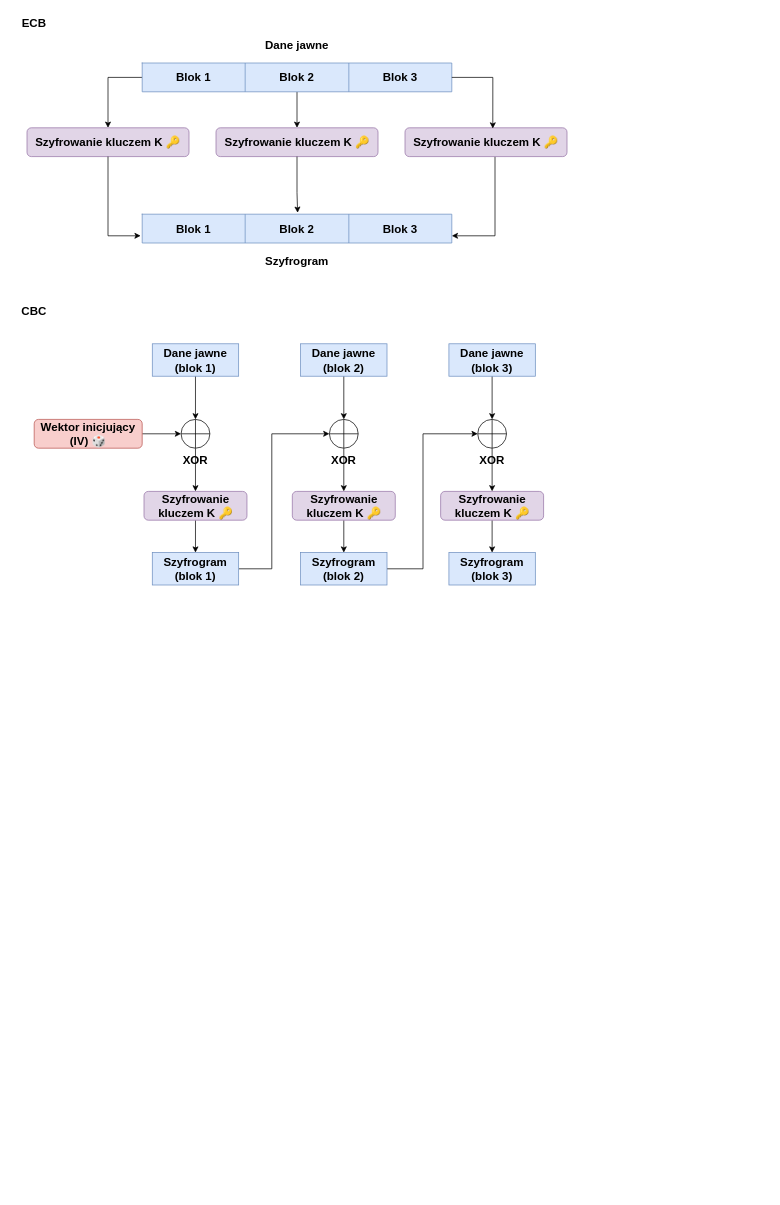
Before: media/1-4-block-ciphers.drawio in mieczyk/comptia-security-plus-po-polsku, a draw.io diagram. Source tidied: cells renumbered, new cells numbered last; positions are measured from the earlier drawing's top-left corner, leaving out a move shared by most shapes. Both pictures are drawn from the tidied source at 72%, with x=0, y=0 at pixel (12, 12).
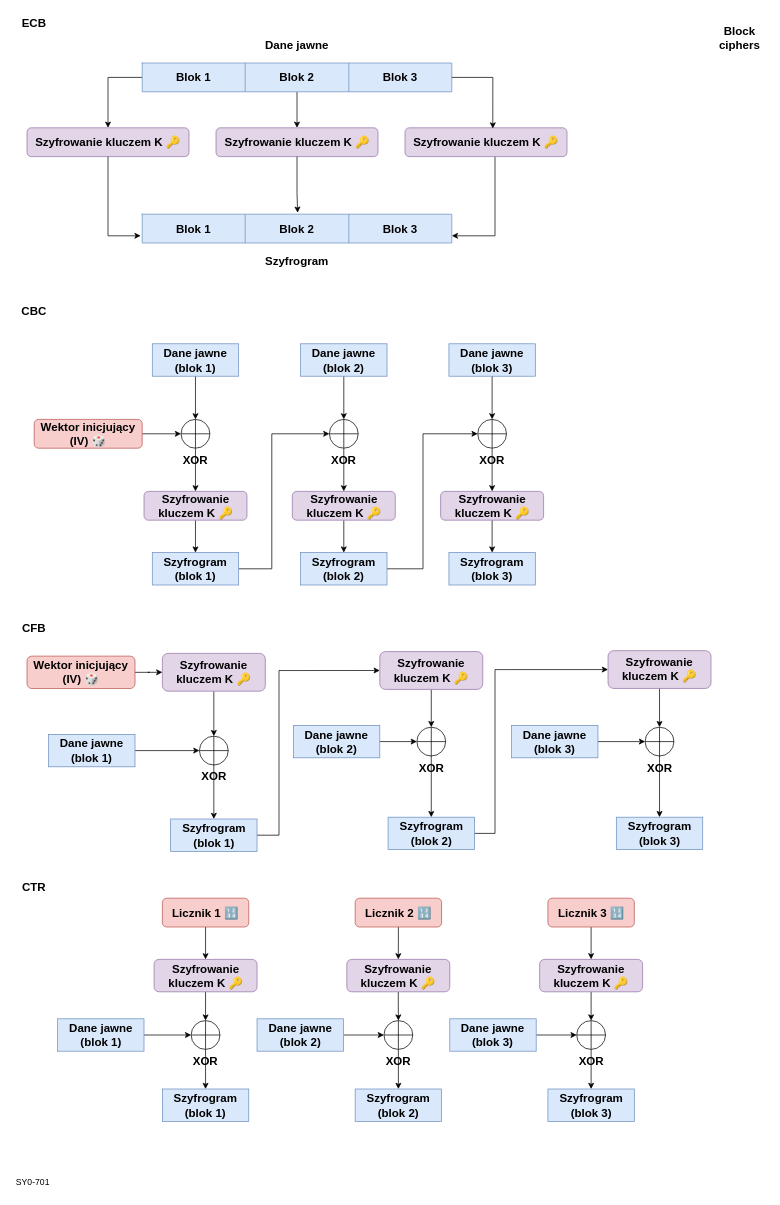
The same diagram, later.

Commit message (it also covers changes not shown here):
Encryption - Algorithms (symmetric/block)

What changed in the source:
```diff
@@
-<mxGraphModel>
+<mxGraphModel background="light-dark(#ffffff, #121212)">
@@
+    <mxCell id="50" value="&lt;b&gt;&lt;font style=&quot;font-size: 16px;&quot;&gt;CFB&lt;/font&gt;&lt;/b&gt;" style="text;html=1;whiteSpace=wrap;strokeColor=none;fillColor=none;align=center;verticalAlign=middle;rounded=0;fontStyle=1;" parent="1" vertex="1">
+      <mxGeometry y="840" width="60" height="30" as="geometry" />
+    </mxCell>
+    <mxCell id="51" style="edgeStyle=orthogonalEdgeStyle;rounded=0;jettySize=auto;html=1;entryX=0.5;entryY=0;entryDx=0;entryDy=0;" parent="1" edge="1" source="52" target="64">
+      <mxGeometry relative="1" as="geometry" />
+    </mxCell>
+    <mxCell id="52" value="XOR" style="shape=orEllipse;perimeter=ellipsePerimeter;whiteSpace=wrap;html=1;backgroundOutline=1;labelPosition=center;verticalLabelPosition=bottom;align=center;verticalAlign=top;fontStyle=1;fontSize=16;" parent="1" vertex="1">
+      <mxGeometry x="259.5" y="1005" width="40" height="40" as="geometry" />
+    </mxCell>
+    <mxCell id="53" style="edgeStyle=orthogonalEdgeStyle;rounded=0;jettySize=auto;html=1;entryX=0;entryY=0.5;entryDx=0;entryDy=0;" parent="1" edge="1" source="54" target="62">
+      <mxGeometry relative="1" as="geometry" />
+    </mxCell>
+    <mxCell id="54" value="Wektor inicjujący (IV) 🎲" style="rounded=1;whiteSpace=wrap;html=1;fillColor=#f8cecc;strokeColor=#b85450;fontSize=16;fontStyle=1;" parent="1" vertex="1">
+      <mxGeometry x="20" y="893.8" width="150" height="45" as="geometry" />
+    </mxCell>
+    <mxCell id="55" style="edgeStyle=orthogonalEdgeStyle;rounded=0;jettySize=auto;html=1;entryX=0;entryY=0.5;entryDx=0;entryDy=0;" parent="1" edge="1" source="56" target="52">
+      <mxGeometry relative="1" as="geometry" />
+    </mxCell>
+    <mxCell id="56" value="Dane jawne (blok 1)" style="rounded=0;whiteSpace=wrap;html=1;fillColor=#dae8fc;strokeColor=#6c8ebf;fontStyle=1;fontSize=16;" parent="1" vertex="1">
+      <mxGeometry x="50" y="1002.5" width="120" height="45" as="geometry" />
+    </mxCell>
+    <mxCell id="57" style="edgeStyle=orthogonalEdgeStyle;rounded=0;jettySize=auto;html=1;entryX=0;entryY=0.5;entryDx=0;entryDy=0;" parent="1" edge="1" source="58" target="66">
+      <mxGeometry relative="1" as="geometry" />
+    </mxCell>
+    <mxCell id="58" value="Dane jawne (blok 2)" style="rounded=0;whiteSpace=wrap;html=1;fillColor=#dae8fc;strokeColor=#6c8ebf;fontStyle=1;fontSize=16;" parent="1" vertex="1">
+      <mxGeometry x="390" y="990" width="120" height="45" as="geometry" />
+    </mxCell>
+    <mxCell id="59" style="edgeStyle=orthogonalEdgeStyle;rounded=0;jettySize=auto;html=1;entryX=0;entryY=0.5;entryDx=0;entryDy=0;" parent="1" edge="1" source="60" target="72">
+      <mxGeometry relative="1" as="geometry" />
+    </mxCell>
+    <mxCell id="60" value="Dane jawne (blok 3)" style="rounded=0;whiteSpace=wrap;html=1;fillColor=#dae8fc;strokeColor=#6c8ebf;fontStyle=1;fontSize=16;" parent="1" vertex="1">
+      <mxGeometry x="693" y="990" width="120" height="45" as="geometry" />
+    </mxCell>
+    <mxCell id="61" style="edgeStyle=orthogonalEdgeStyle;rounded=0;jettySize=auto;html=1;entryX=0.5;entryY=0;entryDx=0;entryDy=0;" parent="1" edge="1" source="62" target="52">
+      <mxGeometry relative="1" as="geometry" />
+    </mxCell>
+    <mxCell id="62" value="&lt;b&gt;&lt;font style=&quot;font-size: 16px;&quot;&gt;Szyfrowanie kluczem K 🔑&lt;/font&gt;&lt;/b&gt;" style="rounded=1;whiteSpace=wrap;html=1;fillColor=#e1d5e7;strokeColor=#9673a6;" parent="1" vertex="1">
+      <mxGeometry x="208" y="890" width="143" height="52.5" as="geometry" />
+    </mxCell>
+    <mxCell id="63" style="edgeStyle=orthogonalEdgeStyle;rounded=0;jettySize=auto;html=1;entryX=0;entryY=0.5;entryDx=0;entryDy=0;" parent="1" edge="1" source="64" target="68">
+      <mxGeometry relative="1" as="geometry">
+        <Array as="points">
+          <mxPoint x="370" y="1142.5" />
+          <mxPoint x="370" y="913.8" />
+        </Array>
+      </mxGeometry>
+    </mxCell>
+    <mxCell id="64" value="Szyfrogram (blok 1)" style="rounded=0;whiteSpace=wrap;html=1;fillColor=#dae8fc;strokeColor=#6c8ebf;fontStyle=1;fontSize=16;" parent="1" vertex="1">
+      <mxGeometry x="219.5" y="1120" width="120" height="45" as="geometry" />
+    </mxCell>
+    <mxCell id="65" style="edgeStyle=orthogonalEdgeStyle;rounded=0;jettySize=auto;html=1;entryX=0.5;entryY=0;entryDx=0;entryDy=0;" parent="1" edge="1" source="66" target="70">
+      <mxGeometry relative="1" as="geometry" />
+    </mxCell>
+    <mxCell id="66" value="XOR" style="shape=orEllipse;perimeter=ellipsePerimeter;whiteSpace=wrap;html=1;backgroundOutline=1;labelPosition=center;verticalLabelPosition=bottom;align=center;verticalAlign=top;fontStyle=1;fontSize=16;" parent="1" vertex="1">
+      <mxGeometry x="561.5" y="992.5" width="40" height="40" as="geometry" />
+    </mxCell>
+    <mxCell id="67" style="edgeStyle=orthogonalEdgeStyle;rounded=0;jettySize=auto;html=1;entryX=0.5;entryY=0;entryDx=0;entryDy=0;" parent="1" edge="1" source="68" target="66">
+      <mxGeometry relative="1" as="geometry" />
+    </mxCell>
+    <mxCell id="68" value="&lt;b&gt;&lt;font style=&quot;font-size: 16px;&quot;&gt;Szyfrowanie kluczem K 🔑&lt;/font&gt;&lt;/b&gt;" style="rounded=1;whiteSpace=wrap;html=1;fillColor=#e1d5e7;strokeColor=#9673a6;" parent="1" vertex="1">
+      <mxGeometry x="510" y="887.5" width="143" height="52.5" as="geometry" />
+    </mxCell>
+    <mxCell id="69" style="edgeStyle=orthogonalEdgeStyle;rounded=0;jettySize=auto;html=1;entryX=0;entryY=0.5;entryDx=0;entryDy=0;" parent="1" edge="1" source="70" target="76">
+      <mxGeometry relative="1" as="geometry">
+        <Array as="points">
+          <mxPoint x="670" y="1140" />
+          <mxPoint x="670" y="912.5" />
+        </Array>
+      </mxGeometry>
+    </mxCell>
+    <mxCell id="70" value="Szyfrogram (blok 2)" style="rounded=0;whiteSpace=wrap;html=1;fillColor=#dae8fc;strokeColor=#6c8ebf;fontStyle=1;fontSize=16;" parent="1" vertex="1">
+      <mxGeometry x="521.5" y="1117.5" width="120" height="45" as="geometry" />
+    </mxCell>
+    <mxCell id="71" style="edgeStyle=orthogonalEdgeStyle;rounded=0;jettySize=auto;html=1;" parent="1" edge="1" source="72" target="73">
+      <mxGeometry relative="1" as="geometry" />
+    </mxCell>
+    <mxCell id="72" value="XOR" style="shape=orEllipse;perimeter=ellipsePerimeter;whiteSpace=wrap;html=1;backgroundOutline=1;labelPosition=center;verticalLabelPosition=bottom;align=center;verticalAlign=top;fontStyle=1;fontSize=16;" parent="1" vertex="1">
+      <mxGeometry x="878.5" y="992.5" width="40" height="40" as="geometry" />
+    </mxCell>
+    <mxCell id="73" value="Szyfrogram (blok 3)" style="rounded=0;whiteSpace=wrap;html=1;fillColor=#dae8fc;strokeColor=#6c8ebf;fontStyle=1;fontSize=16;" parent="1" vertex="1">
+      <mxGeometry x="838.5" y="1117.5" width="120" height="45" as="geometry" />
+    </mxCell>
+    <mxCell id="74" value="CTR" style="text;html=1;whiteSpace=wrap;strokeColor=none;fillColor=none;align=center;verticalAlign=middle;rounded=0;fontStyle=1;fontSize=16;" parent="1" vertex="1">
+      <mxGeometry y="1200" width="60" height="30" as="geometry" />
+    </mxCell>
+    <mxCell id="75" style="edgeStyle=orthogonalEdgeStyle;rounded=0;jettySize=auto;html=1;entryX=0.5;entryY=0;entryDx=0;entryDy=0;" parent="1" edge="1" source="76" target="72">
+      <mxGeometry relative="1" as="geometry" />
+    </mxCell>
+    <mxCell id="76" value="&lt;b&gt;&lt;font style=&quot;font-size: 16px;&quot;&gt;Szyfrowanie kluczem K 🔑&lt;/font&gt;&lt;/b&gt;" style="rounded=1;whiteSpace=wrap;html=1;fillColor=#e1d5e7;strokeColor=#9673a6;" parent="1" vertex="1">
+      <mxGeometry x="827" y="886.2" width="143" height="52.5" as="geometry" />
+    </mxCell>
+    <mxCell id="77" value="Block ciphers" style="text;html=1;whiteSpace=wrap;strokeColor=none;fillColor=none;align=center;verticalAlign=middle;rounded=0;fontStyle=1;fontSize=16;" parent="1" vertex="1">
+      <mxGeometry x="970" y="20" width="80" height="30" as="geometry" />
+    </mxCell>
+    <mxCell id="78" style="edgeStyle=orthogonalEdgeStyle;rounded=0;jettySize=auto;html=1;entryX=0.5;entryY=0;entryDx=0;entryDy=0;" parent="1" edge="1" source="79" target="83">
+      <mxGeometry relative="1" as="geometry" />
+    </mxCell>
+    <mxCell id="79" value="Licznik 1 🔢" style="rounded=1;whiteSpace=wrap;html=1;fillColor=#f8cecc;strokeColor=#b85450;fontSize=16;fontStyle=1;" parent="1" vertex="1">
+      <mxGeometry x="208" y="1230" width="120" height="40" as="geometry" />
+    </mxCell>
+    <mxCell id="80" style="edgeStyle=orthogonalEdgeStyle;rounded=0;jettySize=auto;html=1;entryX=0;entryY=0.5;entryDx=0;entryDy=0;" parent="1" edge="1" source="81" target="86">
+      <mxGeometry relative="1" as="geometry" />
+    </mxCell>
+    <mxCell id="81" value="Dane jawne (blok 1)" style="rounded=0;whiteSpace=wrap;html=1;fillColor=#dae8fc;strokeColor=#6c8ebf;fontStyle=1;fontSize=16;" parent="1" vertex="1">
+      <mxGeometry x="62.5" y="1397.5" width="120" height="45" as="geometry" />
+    </mxCell>
+    <mxCell id="82" style="edgeStyle=orthogonalEdgeStyle;rounded=0;jettySize=auto;html=1;entryX=0.5;entryY=0;entryDx=0;entryDy=0;" parent="1" edge="1" source="83" target="86">
+      <mxGeometry relative="1" as="geometry" />
+    </mxCell>
+    <mxCell id="83" value="&lt;b&gt;&lt;font style=&quot;font-size: 16px;&quot;&gt;Szyfrowanie kluczem K 🔑&lt;/font&gt;&lt;/b&gt;" style="rounded=1;whiteSpace=wrap;html=1;fillColor=#e1d5e7;strokeColor=#9673a6;" parent="1" vertex="1">
+      <mxGeometry x="196.5" y="1315" width="143" height="45" as="geometry" />
+    </mxCell>
+    <mxCell id="84" value="Szyfrogram (blok 1)" style="rounded=0;whiteSpace=wrap;html=1;fillColor=#dae8fc;strokeColor=#6c8ebf;fontStyle=1;fontSize=16;" parent="1" vertex="1">
+      <mxGeometry x="208" y="1495" width="120" height="45" as="geometry" />
+    </mxCell>
+    <mxCell id="85" style="edgeStyle=orthogonalEdgeStyle;rounded=0;jettySize=auto;html=1;entryX=0.5;entryY=0;entryDx=0;entryDy=0;" parent="1" edge="1" source="86" target="84">
+      <mxGeometry relative="1" as="geometry" />
+    </mxCell>
+    <mxCell id="86" value="XOR" style="shape=orEllipse;perimeter=ellipsePerimeter;whiteSpace=wrap;html=1;backgroundOutline=1;labelPosition=center;verticalLabelPosition=bottom;align=center;verticalAlign=top;fontStyle=1;fontSize=16;" parent="1" vertex="1">
+      <mxGeometry x="248" y="1400" width="40" height="40" as="geometry" />
+    </mxCell>
+    <mxCell id="87" value="SY0-701&amp;nbsp;" style="text;html=1;whiteSpace=wrap;strokeColor=none;fillColor=none;align=center;verticalAlign=middle;rounded=0;" parent="1" vertex="1">
+      <mxGeometry y="1610" width="60" height="30" as="geometry" />
+    </mxCell>
+    <mxCell id="88" style="edgeStyle=orthogonalEdgeStyle;rounded=0;jettySize=auto;html=1;entryX=0.5;entryY=0;entryDx=0;entryDy=0;" parent="1" edge="1" source="89" target="93">
+      <mxGeometry relative="1" as="geometry" />
+    </mxCell>
+    <mxCell id="89" value="Licznik 2 🔢" style="rounded=1;whiteSpace=wrap;html=1;fillColor=#f8cecc;strokeColor=#b85450;fontSize=16;fontStyle=1;" parent="1" vertex="1">
+      <mxGeometry x="475.8" y="1230" width="120" height="40" as="geometry" />
+    </mxCell>
+    <mxCell id="90" style="edgeStyle=orthogonalEdgeStyle;rounded=0;jettySize=auto;html=1;entryX=0;entryY=0.5;entryDx=0;entryDy=0;" parent="1" edge="1" source="91" target="96">
+      <mxGeometry relative="1" as="geometry" />
+    </mxCell>
+    <mxCell id="91" value="Dane jawne (blok 2)" style="rounded=0;whiteSpace=wrap;html=1;fillColor=#dae8fc;strokeColor=#6c8ebf;fontStyle=1;fontSize=16;" parent="1" vertex="1">
+      <mxGeometry x="339.5" y="1397.5" width="120" height="45" as="geometry" />
+    </mxCell>
+    <mxCell id="92" style="edgeStyle=orthogonalEdgeStyle;rounded=0;jettySize=auto;html=1;entryX=0.5;entryY=0;entryDx=0;entryDy=0;" parent="1" edge="1" source="93" target="96">
+      <mxGeometry relative="1" as="geometry" />
+    </mxCell>
+    <mxCell id="93" value="&lt;b&gt;&lt;font style=&quot;font-size: 16px;&quot;&gt;Szyfrowanie kluczem K 🔑&lt;/font&gt;&lt;/b&gt;" style="rounded=1;whiteSpace=wrap;html=1;fillColor=#e1d5e7;strokeColor=#9673a6;" parent="1" vertex="1">
+      <mxGeometry x="464.2" y="1315" width="143" height="45" as="geometry" />
+    </mxCell>
+    <mxCell id="94" value="Szyfrogram (blok 2)" style="rounded=0;whiteSpace=wrap;html=1;fillColor=#dae8fc;strokeColor=#6c8ebf;fontStyle=1;fontSize=16;" parent="1" vertex="1">
+      <mxGeometry x="475.8" y="1495" width="120" height="45" as="geometry" />
+    </mxCell>
+    <mxCell id="95" style="edgeStyle=orthogonalEdgeStyle;rounded=0;jettySize=auto;html=1;entryX=0.5;entryY=0;entryDx=0;entryDy=0;" parent="1" edge="1" source="96" target="94">
+      <mxGeometry relative="1" as="geometry" />
+    </mxCell>
+    <mxCell id="96" value="XOR" style="shape=orEllipse;perimeter=ellipsePerimeter;whiteSpace=wrap;html=1;backgroundOutline=1;labelPosition=center;verticalLabelPosition=bottom;align=center;verticalAlign=top;fontStyle=1;fontSize=16;" parent="1" vertex="1">
+      <mxGeometry x="515.8" y="1400" width="40" height="40" as="geometry" />
+    </mxCell>
+    <mxCell id="97" style="edgeStyle=orthogonalEdgeStyle;rounded=0;jettySize=auto;html=1;entryX=0.5;entryY=0;entryDx=0;entryDy=0;" parent="1" edge="1" source="98" target="102">
+      <mxGeometry relative="1" as="geometry" />
+    </mxCell>
+    <mxCell id="98" value="Licznik 3 🔢" style="rounded=1;whiteSpace=wrap;html=1;fillColor=#f8cecc;strokeColor=#b85450;fontSize=16;fontStyle=1;" parent="1" vertex="1">
+      <mxGeometry x="743.5" y="1230" width="120" height="40" as="geometry" />
+    </mxCell>
+    <mxCell id="99" style="edgeStyle=orthogonalEdgeStyle;rounded=0;jettySize=auto;html=1;entryX=0;entryY=0.5;entryDx=0;entryDy=0;" parent="1" edge="1" source="100" target="105">
+      <mxGeometry relative="1" as="geometry" />
+    </mxCell>
+    <mxCell id="100" value="Dane jawne (blok 3)" style="rounded=0;whiteSpace=wrap;html=1;fillColor=#dae8fc;strokeColor=#6c8ebf;fontStyle=1;fontSize=16;" parent="1" vertex="1">
+      <mxGeometry x="607.2" y="1397.5" width="120" height="45" as="geometry" />
+    </mxCell>
+    <mxCell id="101" style="edgeStyle=orthogonalEdgeStyle;rounded=0;jettySize=auto;html=1;entryX=0.5;entryY=0;entryDx=0;entryDy=0;" parent="1" edge="1" source="102" target="105">
+      <mxGeometry relative="1" as="geometry" />
+    </mxCell>
+    <mxCell id="102" value="&lt;b&gt;&lt;font style=&quot;font-size: 16px;&quot;&gt;Szyfrowanie kluczem K 🔑&lt;/font&gt;&lt;/b&gt;" style="rounded=1;whiteSpace=wrap;html=1;fillColor=#e1d5e7;strokeColor=#9673a6;" parent="1" vertex="1">
+      <mxGeometry x="732" y="1315" width="143" height="45" as="geometry" />
+    </mxCell>
+    <mxCell id="103" value="Szyfrogram (blok 3)" style="rounded=0;whiteSpace=wrap;html=1;fillColor=#dae8fc;strokeColor=#6c8ebf;fontStyle=1;fontSize=16;" parent="1" vertex="1">
+      <mxGeometry x="743.5" y="1495" width="120" height="45" as="geometry" />
+    </mxCell>
+    <mxCell id="104" style="edgeStyle=orthogonalEdgeStyle;rounded=0;jettySize=auto;html=1;entryX=0.5;entryY=0;entryDx=0;entryDy=0;" parent="1" edge="1" source="105" target="103">
+      <mxGeometry relative="1" as="geometry" />
+    </mxCell>
+    <mxCell id="105" value="XOR" style="shape=orEllipse;perimeter=ellipsePerimeter;whiteSpace=wrap;html=1;backgroundOutline=1;labelPosition=center;verticalLabelPosition=bottom;align=center;verticalAlign=top;fontStyle=1;fontSize=16;" parent="1" vertex="1">
+      <mxGeometry x="783.5" y="1400" width="40" height="40" as="geometry" />
+    </mxCell>
```
